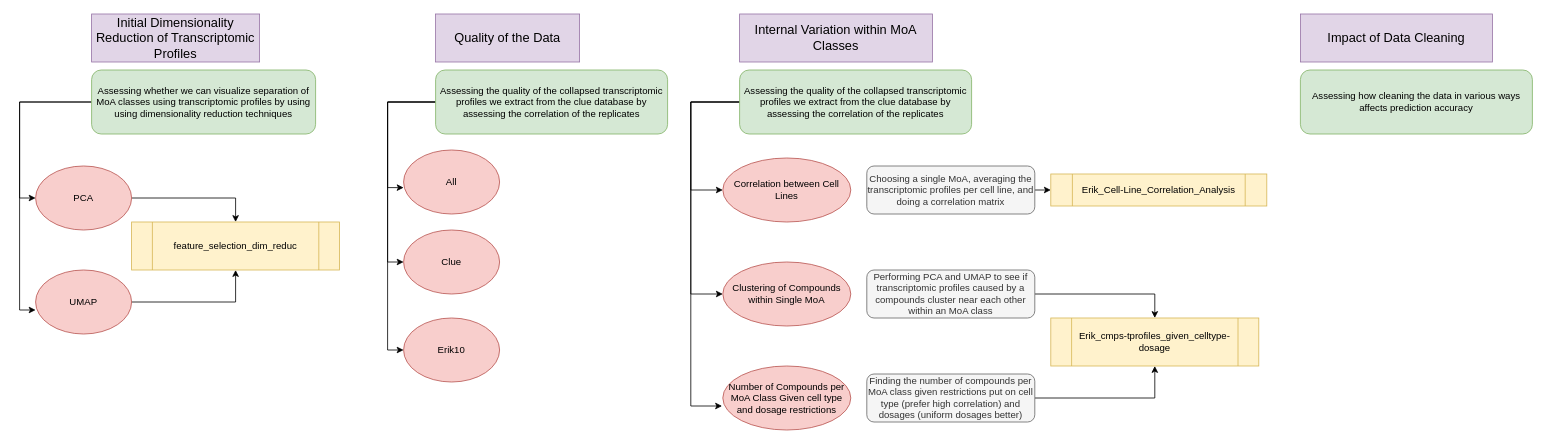
The draw.io diagram data_for_models/Initial_Data_Exploration.drawio in sverige16/Tomic-Chem-CP-Prot-MoA, before the edit. Source tidied: cells renumbered, new cells numbered last; positions are measured from the earlier drawing's top-left corner, leaving out a move shared by most shapes. Both pictures are drawn from the tidied source at 80%, with x=0, y=0 at pixel (19, 14).
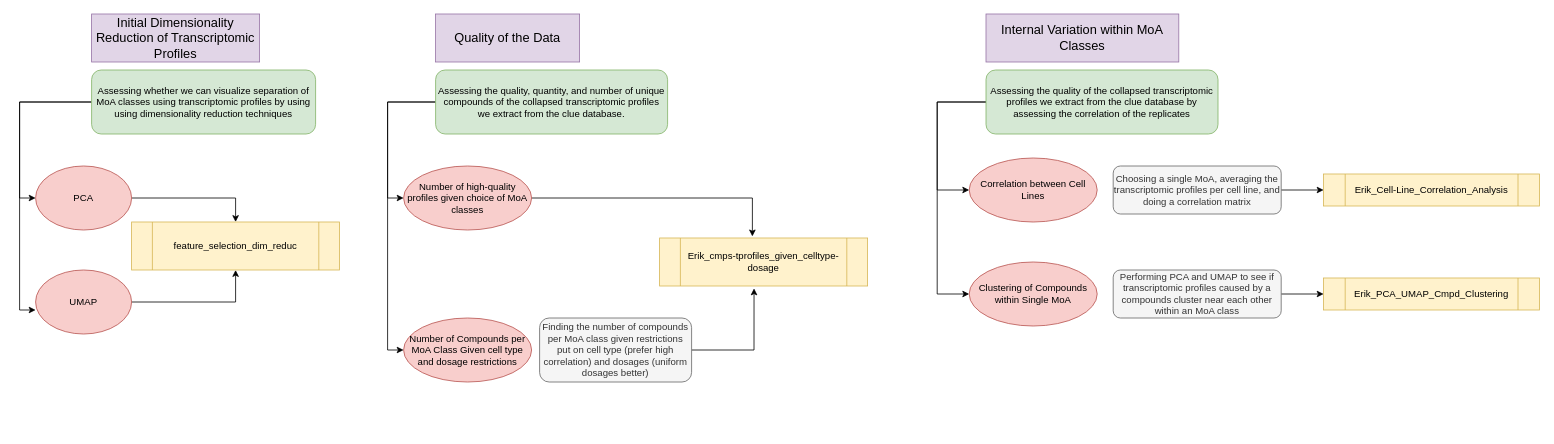
After the change.

Change to the diagram source:
```diff
@@
     <mxCell id="8" value="&lt;div style=&quot;font-size: 16px;&quot;&gt;&lt;font style=&quot;font-size: 16px;&quot;&gt;Internal Variation within MoA Classes &lt;br&gt;&lt;/font&gt;&lt;/div&gt;" style="rounded=0;whiteSpace=wrap;html=1;fillColor=#e1d5e7;strokeColor=#9673a6;" parent="1" vertex="1">
-      <mxGeometry x="900" width="241" height="60" as="geometry" />
+      <mxGeometry x="1208" width="241" height="60" as="geometry" />
     </mxCell>
     <mxCell id="9" value="Correlation between Cell Lines" style="ellipse;whiteSpace=wrap;html=1;fillColor=#f8cecc;strokeColor=#b85450;" parent="1" vertex="1">
-      <mxGeometry x="879" y="180" width="160" height="80" as="geometry" />
+      <mxGeometry x="1187" y="180" width="160" height="80" as="geometry" />
     </mxCell>
     <mxCell id="10" value="Clustering of Compounds within Single MoA" style="ellipse;whiteSpace=wrap;html=1;fillColor=#f8cecc;strokeColor=#b85450;" parent="1" vertex="1">
-      <mxGeometry x="879" y="310" width="160" height="80" as="geometry" />
+      <mxGeometry x="1187" y="310" width="160" height="80" as="geometry" />
     </mxCell>
     <mxCell id="11" value="Number of Compounds per MoA Class Given cell type and dosage restrictions" style="ellipse;whiteSpace=wrap;html=1;fillColor=#f8cecc;strokeColor=#b85450;" parent="1" vertex="1">
-      <mxGeometry x="879" y="440" width="160" height="80" as="geometry" />
+      <mxGeometry x="480" y="380" width="160" height="80" as="geometry" />
     </mxCell>
@@
-    <mxCell id="15" style="edgeStyle=orthogonalEdgeStyle;rounded=0;jettySize=auto;html=1;entryX=0;entryY=0.588;entryDx=0;entryDy=0;entryPerimeter=0;fontSize=16;" parent="1" edge="1" source="18" target="34">
-      <mxGeometry relative="1" as="geometry">
-        <Array as="points">
-          <mxPoint x="460" y="110" />
-          <mxPoint x="460" y="217" />
-        </Array>
-      </mxGeometry>
-    </mxCell>
@@
-    <mxCell id="17" style="edgeStyle=orthogonalEdgeStyle;rounded=0;jettySize=auto;html=1;exitX=0;exitY=0.5;exitDx=0;exitDy=0;entryX=0;entryY=0.5;entryDx=0;entryDy=0;fontSize=16;" parent="1" edge="1" source="18" target="36">
+    <mxCell id="17" style="edgeStyle=orthogonalEdgeStyle;rounded=0;jettySize=auto;html=1;exitX=0;exitY=0.5;exitDx=0;exitDy=0;entryX=0;entryY=0.5;entryDx=0;entryDy=0;fontSize=16;" parent="1" edge="1" source="18" target="11">
       <mxGeometry relative="1" as="geometry" />
     </mxCell>
-    <mxCell id="18" value="Assessing the quality of the collapsed transcriptomic profiles we extract from the clue database by assessing the correlation of the replicates" style="rounded=1;whiteSpace=wrap;html=1;fillColor=#d5e8d4;strokeColor=#82b366;" parent="1" vertex="1">
+    <mxCell id="18" value="Assessing the quality, quantity, and number of unique compounds of the collapsed transcriptomic profiles we extract from the clue database." style="rounded=1;whiteSpace=wrap;html=1;fillColor=#d5e8d4;strokeColor=#82b366;" parent="1" vertex="1">
       <mxGeometry x="520" y="70" width="290" height="80" as="geometry" />
     </mxCell>
-    <mxCell id="19" style="edgeStyle=orthogonalEdgeStyle;rounded=0;jettySize=auto;html=1;entryX=-0.006;entryY=0.625;entryDx=0;entryDy=0;entryPerimeter=0;exitX=0;exitY=0.5;exitDx=0;exitDy=0;" parent="1" edge="1" source="22" target="11">
-      <mxGeometry relative="1" as="geometry">
-        <Array as="points">
-          <mxPoint x="839" y="110" />
-          <mxPoint x="839" y="490" />
-        </Array>
-      </mxGeometry>
-    </mxCell>
     <mxCell id="20" style="edgeStyle=orthogonalEdgeStyle;rounded=0;jettySize=auto;html=1;exitX=0;exitY=0.5;exitDx=0;exitDy=0;entryX=0;entryY=0.5;entryDx=0;entryDy=0;" parent="1" edge="1" source="22" target="9">
       <mxGeometry relative="1" as="geometry">
         <Array as="points">
-          <mxPoint x="839" y="110" />
-          <mxPoint x="839" y="220" />
+          <mxPoint x="1147" y="110" />
+          <mxPoint x="1147" y="220" />
         </Array>
       </mxGeometry>
     </mxCell>
     <mxCell id="21" style="edgeStyle=orthogonalEdgeStyle;rounded=0;jettySize=auto;html=1;exitX=0;exitY=0.5;exitDx=0;exitDy=0;entryX=0;entryY=0.5;entryDx=0;entryDy=0;" parent="1" edge="1" source="22" target="10">
       <mxGeometry relative="1" as="geometry">
         <Array as="points">
-          <mxPoint x="839" y="110" />
-          <mxPoint x="839" y="350" />
+          <mxPoint x="1147" y="110" />
+          <mxPoint x="1147" y="350" />
         </Array>
       </mxGeometry>
     </mxCell>
     <mxCell id="22" value="Assessing the quality of the collapsed transcriptomic profiles we extract from the clue database by assessing the correlation of the replicates" style="rounded=1;whiteSpace=wrap;html=1;fillColor=#d5e8d4;strokeColor=#82b366;" parent="1" vertex="1">
-      <mxGeometry x="900" y="70" width="290" height="80" as="geometry" />
+      <mxGeometry x="1208" y="70" width="290" height="80" as="geometry" />
     </mxCell>
-    <mxCell id="23" style="edgeStyle=orthogonalEdgeStyle;rounded=0;jettySize=auto;html=1;exitX=1;exitY=0.5;exitDx=0;exitDy=0;entryX=0;entryY=0.5;entryDx=0;entryDy=0;fontSize=16;" parent="1" edge="1" source="24" target="31">
+    <mxCell id="23" style="edgeStyle=orthogonalEdgeStyle;rounded=0;jettySize=auto;html=1;exitX=1;exitY=0.5;exitDx=0;exitDy=0;entryX=0;entryY=0.5;entryDx=0;entryDy=0;" parent="1" edge="1" source="24" target="31">
       <mxGeometry relative="1" as="geometry" />
     </mxCell>
     <mxCell id="24" value="Choosing a single MoA, averaging the transcriptomic profiles per cell line, and doing a correlation matrix" style="rounded=1;whiteSpace=wrap;html=1;fillColor=#f5f5f5;fontColor=#333333;strokeColor=#666666;" parent="1" vertex="1">
-      <mxGeometry x="1059" y="190" width="210" height="60" as="geometry" />
+      <mxGeometry x="1367" y="190" width="210" height="60" as="geometry" />
     </mxCell>
-    <mxCell id="25" style="edgeStyle=orthogonalEdgeStyle;rounded=0;jettySize=auto;html=1;exitX=1;exitY=0.5;exitDx=0;exitDy=0;entryX=0.5;entryY=0;entryDx=0;entryDy=0;fontSize=16;" parent="1" edge="1" source="26" target="32">
-      <mxGeometry relative="1" as="geometry" />
-    </mxCell>
+    <mxCell id="37" style="edgeStyle=orthogonalEdgeStyle;rounded=0;jettySize=auto;html=1;exitX=1;exitY=0.5;exitDx=0;exitDy=0;entryX=0;entryY=0.5;entryDx=0;entryDy=0;" parent="1" edge="1" source="26" target="39">
+      <mxGeometry relative="1" as="geometry" />
+    </mxCell>
     <mxCell id="26" value="Performing PCA and UMAP to see if transcriptomic profiles caused by a compounds cluster near each other within an MoA class" style="rounded=1;whiteSpace=wrap;html=1;fillColor=#f5f5f5;fontColor=#333333;strokeColor=#666666;" parent="1" vertex="1">
-      <mxGeometry x="1059" y="320" width="210" height="60" as="geometry" />
+      <mxGeometry x="1367" y="320" width="210" height="60" as="geometry" />
     </mxCell>
-    <mxCell id="27" style="edgeStyle=orthogonalEdgeStyle;rounded=0;jettySize=auto;html=1;exitX=1;exitY=0.5;exitDx=0;exitDy=0;entryX=0.5;entryY=1;entryDx=0;entryDy=0;fontSize=16;" parent="1" edge="1" source="28" target="32">
+    <mxCell id="27" style="edgeStyle=orthogonalEdgeStyle;rounded=0;jettySize=auto;html=1;exitX=1;exitY=0.5;exitDx=0;exitDy=0;entryX=0.454;entryY=1.05;entryDx=0;entryDy=0;entryPerimeter=0;" parent="1" edge="1" source="28" target="32">
       <mxGeometry relative="1" as="geometry" />
     </mxCell>
     <mxCell id="28" value="Finding the number of compounds per MoA class given restrictions put on cell type (prefer high correlation) and dosages (uniform dosages better)" style="rounded=1;whiteSpace=wrap;html=1;fillColor=#f5f5f5;fontColor=#333333;strokeColor=#666666;" parent="1" vertex="1">
-      <mxGeometry x="1059" y="450" width="210" height="60" as="geometry" />
+      <mxGeometry x="650" y="380" width="190" height="80" as="geometry" />
     </mxCell>
-    <mxCell id="29" value="&lt;font style=&quot;font-size: 13px;&quot;&gt;&lt;font style=&quot;font-size: 14px;&quot;&gt;&lt;font style=&quot;font-size: 15px;&quot;&gt;&lt;font style=&quot;font-size: 16px;&quot;&gt;Impact of Data Cleaning&lt;/font&gt;&lt;/font&gt;&lt;/font&gt;&lt;/font&gt;" style="rounded=0;whiteSpace=wrap;html=1;fillColor=#e1d5e7;strokeColor=#9673a6;" parent="1" vertex="1">
-      <mxGeometry x="1601" width="240" height="60" as="geometry" />
-    </mxCell>
-    <mxCell id="30" value="Assessing how cleaning the data in various ways affects prediction accuracy" style="rounded=1;whiteSpace=wrap;html=1;fillColor=#d5e8d4;strokeColor=#82b366;" parent="1" vertex="1">
-      <mxGeometry x="1601" y="70" width="290" height="80" as="geometry" />
-    </mxCell>
     <mxCell id="31" value="Erik_Cell-Line_Correlation_Analysis" style="shape=process;whiteSpace=wrap;html=1;backgroundOutline=1;fillColor=#fff2cc;strokeColor=#d6b656;" parent="1" vertex="1">
-      <mxGeometry x="1289" y="200" width="270" height="40" as="geometry" />
+      <mxGeometry x="1630" y="200" width="270" height="40" as="geometry" />
     </mxCell>
+    <mxCell id="33" value="feature_selection_dim_reduc" style="shape=process;whiteSpace=wrap;html=1;backgroundOutline=1;fillColor=#fff2cc;strokeColor=#d6b656;" parent="1" vertex="1">
+      <mxGeometry x="140" y="260" width="260" height="60" as="geometry" />
+    </mxCell>
+    <mxCell id="38" style="edgeStyle=orthogonalEdgeStyle;rounded=0;jettySize=auto;html=1;entryX=0.446;entryY=-0.033;entryDx=0;entryDy=0;entryPerimeter=0;" parent="1" edge="1" source="35" target="32">
+      <mxGeometry relative="1" as="geometry" />
+    </mxCell>
+    <mxCell id="35" value="Number of high-quality profiles given choice of MoA classes" style="ellipse;whiteSpace=wrap;html=1;fillColor=#f8cecc;strokeColor=#b85450;" parent="1" vertex="1">
+      <mxGeometry x="480" y="190" width="160" height="80" as="geometry" />
+    </mxCell>
     <mxCell id="32" value="Erik_cmps-tprofiles_given_celltype-dosage" style="shape=process;whiteSpace=wrap;html=1;backgroundOutline=1;fillColor=#fff2cc;strokeColor=#d6b656;" parent="1" vertex="1">
-      <mxGeometry x="1289" y="380" width="260" height="60" as="geometry" />
+      <mxGeometry x="800" y="280" width="260" height="60" as="geometry" />
     </mxCell>
-    <mxCell id="33" value="feature_selection_dim_reduc" style="shape=process;whiteSpace=wrap;html=1;backgroundOutline=1;fillColor=#fff2cc;strokeColor=#d6b656;" parent="1" vertex="1">
-      <mxGeometry x="140" y="260" width="260" height="60" as="geometry" />
-    </mxCell>
-    <mxCell id="34" value="All" style="ellipse;whiteSpace=wrap;html=1;fillColor=#f8cecc;strokeColor=#b85450;" parent="1" vertex="1">
-      <mxGeometry x="480" y="170" width="120" height="80" as="geometry" />
-    </mxCell>
-    <mxCell id="35" value="Clue" style="ellipse;whiteSpace=wrap;html=1;fillColor=#f8cecc;strokeColor=#b85450;" parent="1" vertex="1">
-      <mxGeometry x="480" y="270" width="120" height="80" as="geometry" />
-    </mxCell>
-    <mxCell id="36" value="Erik10" style="ellipse;whiteSpace=wrap;html=1;fillColor=#f8cecc;strokeColor=#b85450;" parent="1" vertex="1">
-      <mxGeometry x="480" y="380" width="120" height="80" as="geometry" />
-    </mxCell>
+    <mxCell id="39" value="Erik_PCA_UMAP_Cmpd_Clustering" style="shape=process;whiteSpace=wrap;html=1;backgroundOutline=1;fillColor=#fff2cc;strokeColor=#d6b656;" parent="1" vertex="1">
+      <mxGeometry x="1630" y="330" width="270" height="40" as="geometry" />
+    </mxCell>
```
